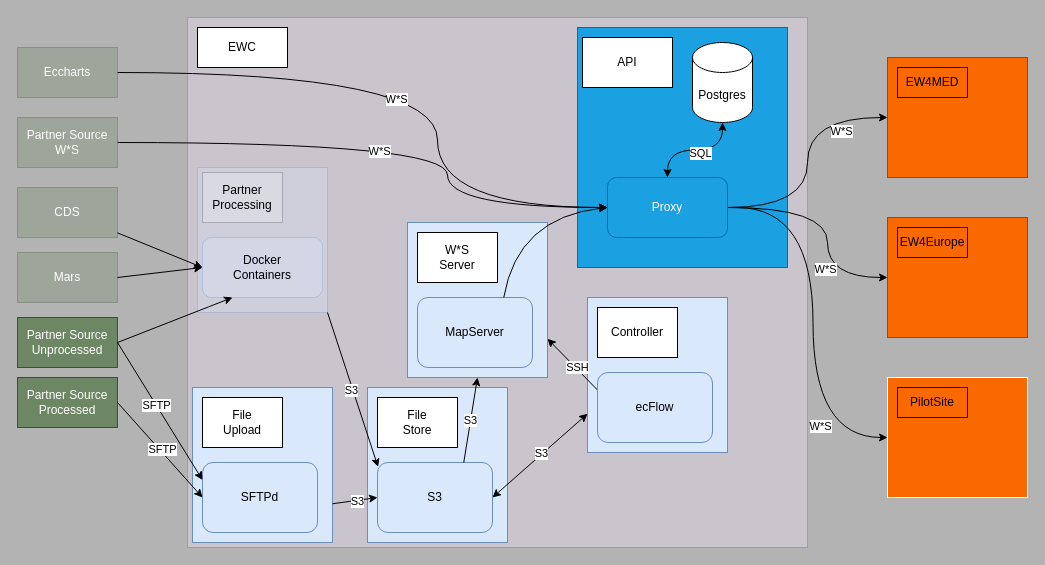
The draw.io diagram gobeyond-api-tech.near-mapserver-capable.drawio in ec-snee/draw-io, before the edit. Source tidied: cells renumbered, new cells numbered last; positions are measured from the earlier drawing's top-left corner, leaving out a move shared by most shapes. Both pictures are drawn from the tidied source at 100%, with x=0, y=0 at pixel (17, 17).
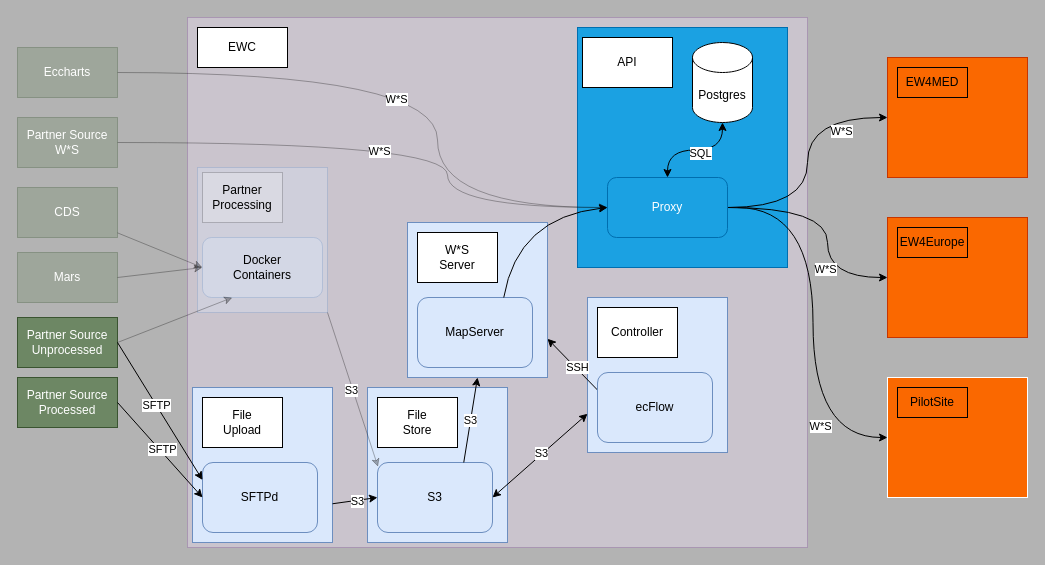
The same page after the edit.

The change refers to these unchanged cells:
```xml
<mxCell id="20" value="Proxy" style="rounded=1;whiteSpace=wrap;html=1;fillColor=#1ba1e2;fontColor=#ffffff;strokeColor=#006EAF;" parent="1" vertex="1">
  <mxGeometry x="590" y="160" width="120" height="60" as="geometry" />
</mxCell>
<mxCell id="23" style="rounded=0;whiteSpace=wrap;html=1;fillColor=#dae8fc;strokeColor=#6c8ebf;opacity=30;" parent="1" vertex="1">
  <mxGeometry x="180" y="150" width="130" height="145" as="geometry" />
</mxCell>
<mxCell id="24" value="S3" style="rounded=1;whiteSpace=wrap;html=1;fillColor=#dae8fc;strokeColor=#6c8ebf;" parent="1" vertex="1">
  <mxGeometry x="360" y="445" width="115" height="70" as="geometry" />
</mxCell>
<mxCell id="26" value="&lt;div&gt;Docker&lt;/div&gt;&lt;div&gt;Containers&lt;/div&gt;" style="rounded=1;whiteSpace=wrap;html=1;fillColor=#dae8fc;strokeColor=#6c8ebf;opacity=30;" parent="1" vertex="1">
  <mxGeometry x="185" y="220" width="120" height="60" as="geometry" />
</mxCell>
<mxCell id="27" value="CDS" style="rounded=0;whiteSpace=wrap;html=1;fillColor=#6d8764;fontColor=#ffffff;strokeColor=#3A5431;opacity=30;" parent="1" vertex="1">
  <mxGeometry y="170" width="100" height="50" as="geometry" />
</mxCell>
<mxCell id="28" value="Mars" style="rounded=0;whiteSpace=wrap;html=1;fillColor=#6d8764;fontColor=#ffffff;strokeColor=#3A5431;opacity=30;" parent="1" vertex="1">
  <mxGeometry y="235" width="100" height="50" as="geometry" />
</mxCell>
<mxCell id="29" value="Partner Source&lt;div&gt;Unprocessed&lt;/div&gt;" style="rounded=0;whiteSpace=wrap;html=1;fillColor=#6d8764;fontColor=#ffffff;strokeColor=#3A5431;" parent="1" vertex="1">
  <mxGeometry y="300" width="100" height="50" as="geometry" />
</mxCell>
<mxCell id="33" value="Partner Source&lt;br&gt;W*S" style="rounded=0;whiteSpace=wrap;html=1;fillColor=#6d8764;fontColor=#ffffff;strokeColor=#3A5431;opacity=30;" parent="1" vertex="1">
  <mxGeometry y="100" width="100" height="50" as="geometry" />
</mxCell>
<mxCell id="36" value="Eccharts" style="rounded=0;whiteSpace=wrap;html=1;fillColor=#6d8764;fontColor=#ffffff;strokeColor=#3A5431;opacity=30;" parent="1" vertex="1">
  <mxGeometry y="30" width="100" height="50" as="geometry" />
</mxCell>
```

What changed in the source:
```diff
@@
-    <mxCell id="31" style="edgeStyle=orthogonalEdgeStyle;rounded=0;jettySize=auto;html=1;exitX=1;exitY=0.5;exitDx=0;exitDy=0;curved=1;" parent="1" edge="1" source="33">
+    <mxCell id="31" style="edgeStyle=orthogonalEdgeStyle;rounded=0;jettySize=auto;html=1;exitX=1;exitY=0.5;exitDx=0;exitDy=0;curved=1;opacity=30;" parent="1" edge="1" source="33">
       <mxGeometry relative="1" as="geometry">
         <mxPoint x="590" y="190" as="targetPoint" />
         <Array as="points">
           <mxPoint x="430" y="125" />
           <mxPoint x="430" y="190" />
         </Array>
       </mxGeometry>
     </mxCell>
@@
-    <mxCell id="34" style="edgeStyle=orthogonalEdgeStyle;rounded=0;jettySize=auto;html=1;exitX=1;exitY=0.5;exitDx=0;exitDy=0;entryX=0;entryY=0.5;entryDx=0;entryDy=0;curved=1;" parent="1" edge="1" source="36" target="20">
+    <mxCell id="34" style="edgeStyle=orthogonalEdgeStyle;rounded=0;jettySize=auto;html=1;exitX=1;exitY=0.5;exitDx=0;exitDy=0;entryX=0;entryY=0.5;entryDx=0;entryDy=0;curved=1;opacity=30;" parent="1" edge="1" source="36" target="20">
       <mxGeometry relative="1" as="geometry">
         <Array as="points">
           <mxPoint x="420" y="55" />
           <mxPoint x="420" y="190" />
         </Array>
       </mxGeometry>
     </mxCell>
@@
-    <mxCell id="55" style="endArrow=classic;startArrow=none;html=1;rounded=0;exitX=1;exitY=1;exitDx=0;exitDy=0;entryX=0.005;entryY=0.063;entryDx=0;entryDy=0;entryPerimeter=0;startFill=0;" parent="1" edge="1" source="23" target="24">
+    <mxCell id="55" style="endArrow=classic;startArrow=none;html=1;rounded=0;exitX=1;exitY=1;exitDx=0;exitDy=0;entryX=0.005;entryY=0.063;entryDx=0;entryDy=0;entryPerimeter=0;startFill=0;opacity=30;" parent="1" edge="1" source="23" target="24">
       <mxGeometry relative="1" as="geometry" />
     </mxCell>
@@
-    <mxCell id="58" style="endArrow=classic;html=1;rounded=0;exitX=1;exitY=0.5;exitDx=0;exitDy=0;entryX=0.25;entryY=1;entryDx=0;entryDy=0;" parent="1" edge="1" source="29" target="26">
+    <mxCell id="58" style="endArrow=classic;html=1;rounded=0;exitX=1;exitY=0.5;exitDx=0;exitDy=0;entryX=0.25;entryY=1;entryDx=0;entryDy=0;opacity=30;" parent="1" edge="1" source="29" target="26">
       <mxGeometry relative="1" as="geometry" />
     </mxCell>
-    <mxCell id="59" style="endArrow=classic;html=1;rounded=0;exitX=1;exitY=0.5;exitDx=0;exitDy=0;entryX=0;entryY=0.5;entryDx=0;entryDy=0;" parent="1" edge="1" source="28" target="26">
+    <mxCell id="59" style="endArrow=classic;html=1;rounded=0;exitX=1;exitY=0.5;exitDx=0;exitDy=0;entryX=0;entryY=0.5;entryDx=0;entryDy=0;opacity=30;" parent="1" edge="1" source="28" target="26">
       <mxGeometry relative="1" as="geometry" />
     </mxCell>
-    <mxCell id="60" style="endArrow=classic;html=1;rounded=0;entryX=0;entryY=0.5;entryDx=0;entryDy=0;" parent="1" edge="1" source="27" target="26">
+    <mxCell id="60" style="endArrow=classic;html=1;rounded=0;entryX=0;entryY=0.5;entryDx=0;entryDy=0;opacity=30;" parent="1" edge="1" source="27" target="26">
       <mxGeometry relative="1" as="geometry" />
     </mxCell>
```
